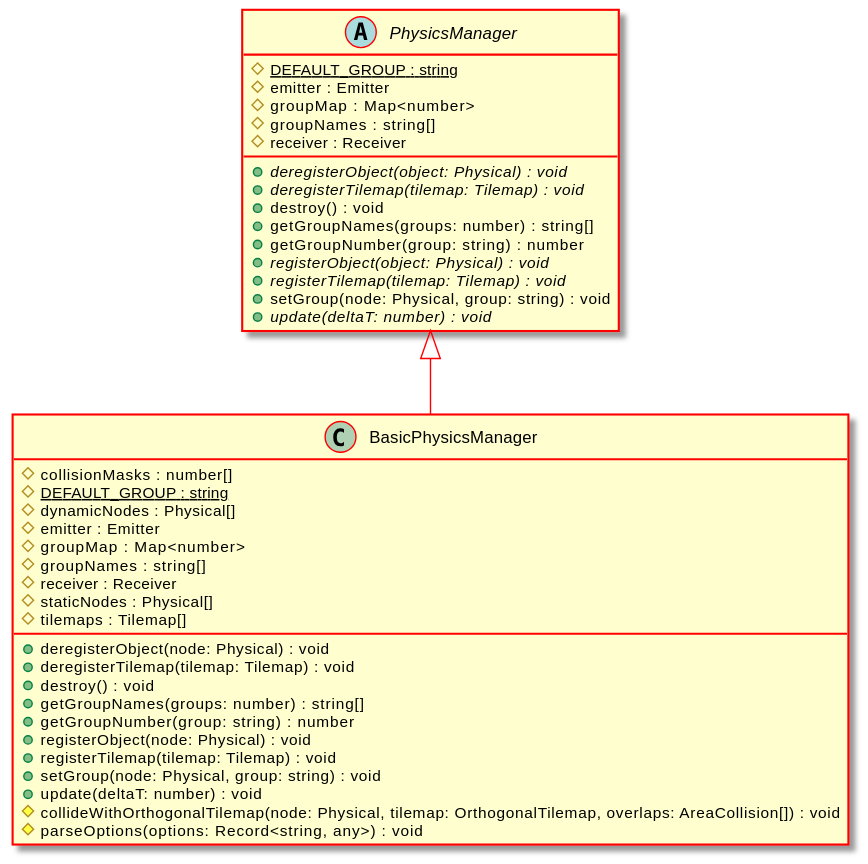
Test123938/Test2 keeps this PlantUML diagram as docs/api/assets/BasicPhysicsManager-umlClassDiagram-5126.svg. Above is the earlier version. Its diagram source:
```plantuml
@startuml
skinparam ClassArrowColor #ff0000
skinparam ClassBorderColor #ff0000
skinparam BackgroundColor transparent
hide empty methods
hide empty fields
class "BasicPhysicsManager" {
    #collisionMasks : number[]
    {static} #DEFAULT_GROUP : string
    #dynamicNodes : Physical[]
    #emitter : Emitter
    #groupMap : Map<number>
    #groupNames : string[]
    #receiver : Receiver
    #staticNodes : Physical[]
    #tilemaps : Tilemap[]
    +deregisterObject(node: Physical) : void
    +deregisterTilemap(tilemap: Tilemap) : void
    +destroy() : void
    +getGroupNames(groups: number) : string[]
    +getGroupNumber(group: string) : number
    +registerObject(node: Physical) : void
    +registerTilemap(tilemap: Tilemap) : void
    +setGroup(node: Physical, group: string) : void
    +update(deltaT: number) : void
    #collideWithOrthogonalTilemap(node: Physical, tilemap: OrthogonalTilemap, overlaps: AreaCollision[]) : void
    #parseOptions(options: Record<string, any>) : void
}
abstract class "PhysicsManager" {
    {static} #DEFAULT_GROUP : string
    #emitter : Emitter
    #groupMap : Map<number>
    #groupNames : string[]
    #receiver : Receiver
    {abstract} +deregisterObject(object: Physical) : void
    {abstract} +deregisterTilemap(tilemap: Tilemap) : void
    +destroy() : void
    +getGroupNames(groups: number) : string[]
    +getGroupNumber(group: string) : number
    {abstract} +registerObject(object: Physical) : void
    {abstract} +registerTilemap(tilemap: Tilemap) : void
    +setGroup(node: Physical, group: string) : void
    {abstract} +update(deltaT: number) : void
}
"PhysicsManager" <|-- "BasicPhysicsManager"
@enduml
```
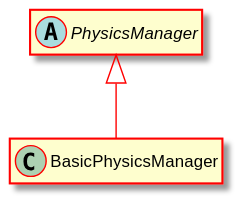
Above is the later version.

Diff of the diagram source:
```diff
@@ -5,42 +5,8 @@
 hide empty methods
 hide empty fields
 class "BasicPhysicsManager" {
-    #collisionMasks : number[]
-    {static} #DEFAULT_GROUP : string
-    #dynamicNodes : Physical[]
-    #emitter : Emitter
-    #groupMap : Map<number>
-    #groupNames : string[]
-    #receiver : Receiver
-    #staticNodes : Physical[]
-    #tilemaps : Tilemap[]
-    +deregisterObject(node: Physical) : void
-    +deregisterTilemap(tilemap: Tilemap) : void
-    +destroy() : void
-    +getGroupNames(groups: number) : string[]
-    +getGroupNumber(group: string) : number
-    +registerObject(node: Physical) : void
-    +registerTilemap(tilemap: Tilemap) : void
-    +setGroup(node: Physical, group: string) : void
-    +update(deltaT: number) : void
-    #collideWithOrthogonalTilemap(node: Physical, tilemap: OrthogonalTilemap, overlaps: AreaCollision[]) : void
-    #parseOptions(options: Record<string, any>) : void
 }
 abstract class "PhysicsManager" {
-    {static} #DEFAULT_GROUP : string
-    #emitter : Emitter
-    #groupMap : Map<number>
-    #groupNames : string[]
-    #receiver : Receiver
-    {abstract} +deregisterObject(object: Physical) : void
-    {abstract} +deregisterTilemap(tilemap: Tilemap) : void
-    +destroy() : void
-    +getGroupNames(groups: number) : string[]
-    +getGroupNumber(group: string) : number
-    {abstract} +registerObject(object: Physical) : void
-    {abstract} +registerTilemap(tilemap: Tilemap) : void
-    +setGroup(node: Physical, group: string) : void
-    {abstract} +update(deltaT: number) : void
 }
 "PhysicsManager" <|-- "BasicPhysicsManager"
 @enduml
```
